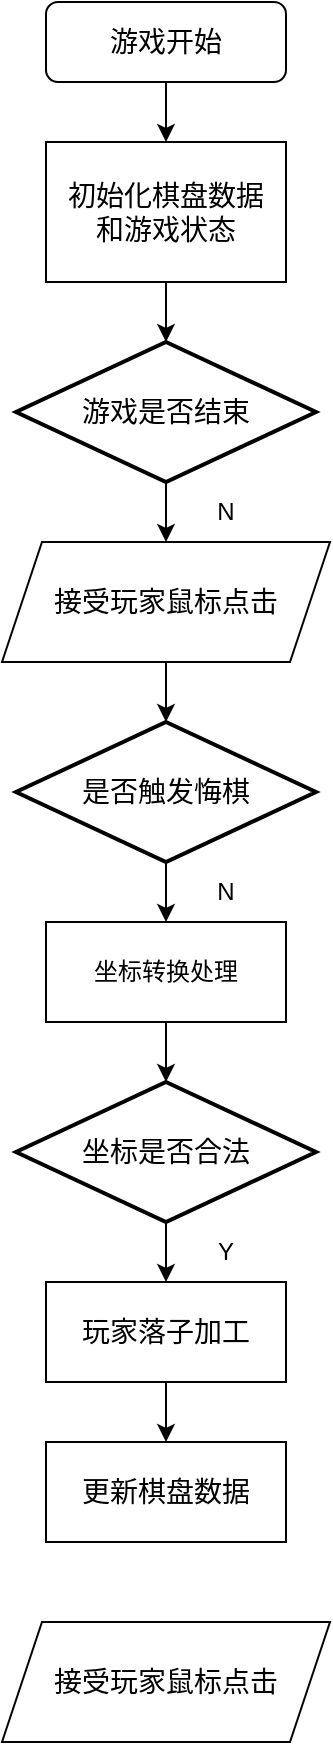
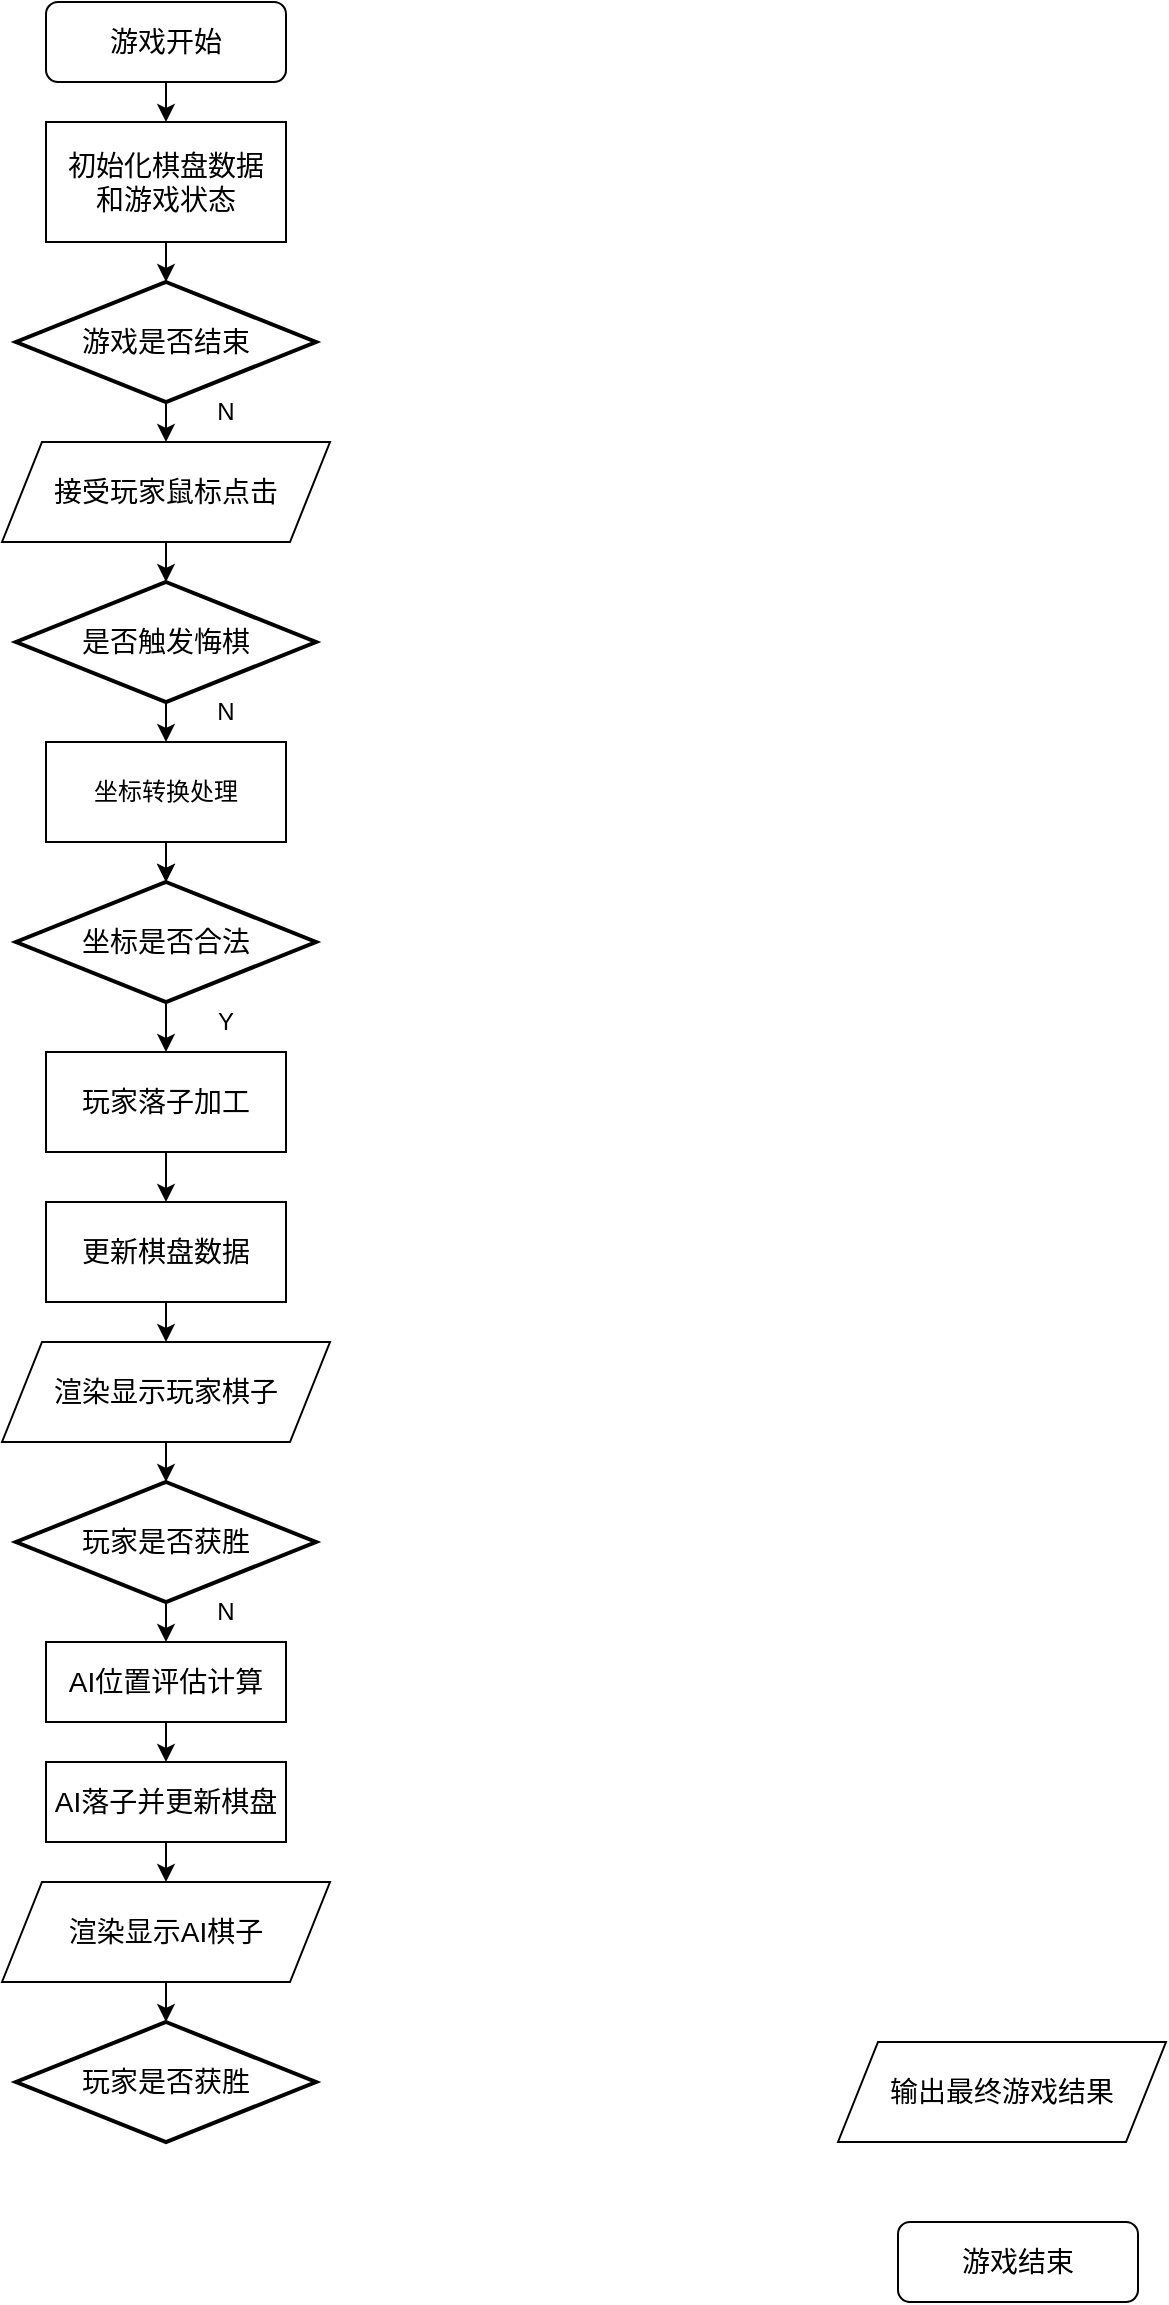
<mxfile host="app.diagrams.net">
  <diagram name="Page-1" id="Ut53iUmTTLsHKbGdxMO9">
    <mxGraphModel dx="2054" dy="1198" grid="1" gridSize="10" guides="1" tooltips="1" connect="1" arrows="1" fold="1" page="1" pageScale="1" pageWidth="827" pageHeight="1169" math="0" shadow="0">
      <root>
        <mxCell id="0" />
        <mxCell id="1" parent="0" />
        <mxCell id="LBzLqDpE-ghOYlSVNWWL-11" edge="1" parent="1" source="LBzLqDpE-ghOYlSVNWWL-4" style="edgeStyle=orthogonalEdgeStyle;rounded=0;orthogonalLoop=1;jettySize=auto;html=1;exitX=0.5;exitY=1;exitDx=0;exitDy=0;exitPerimeter=0;entryX=0.5;entryY=0;entryDx=0;entryDy=0;" target="LBzLqDpE-ghOYlSVNWWL-9">
          <mxGeometry relative="1" as="geometry" />
        </mxCell>
        <mxCell id="LBzLqDpE-ghOYlSVNWWL-4" parent="1" style="strokeWidth=2;html=1;shape=mxgraph.flowchart.decision;whiteSpace=wrap;" value="&lt;font style=&quot;font-size: 14px;&quot;&gt;游戏是否结束&lt;/font&gt;" vertex="1">
-           <mxGeometry height="70" width="150" x="219" y="180" as="geometry" />
+           <mxGeometry height="60" width="150" x="219" y="150" as="geometry" />
        </mxCell>
        <mxCell id="LBzLqDpE-ghOYlSVNWWL-5" edge="1" parent="1" source="LBzLqDpE-ghOYlSVNWWL-6" style="edgeStyle=orthogonalEdgeStyle;rounded=0;orthogonalLoop=1;jettySize=auto;html=1;exitX=0.5;exitY=1;exitDx=0;exitDy=0;entryX=0.5;entryY=0;entryDx=0;entryDy=0;entryPerimeter=0;" target="LBzLqDpE-ghOYlSVNWWL-4">
          <mxGeometry relative="1" as="geometry">
            <mxPoint x="414" y="200" as="sourcePoint" />
          </mxGeometry>
        </mxCell>
        <mxCell id="LBzLqDpE-ghOYlSVNWWL-6" parent="1" style="rounded=0;whiteSpace=wrap;html=1;" value="&lt;font style=&quot;font-size: 14px;&quot;&gt;初始化棋盘数据&lt;/font&gt;&lt;div&gt;&lt;span style=&quot;font-size: 14px; background-color: transparent; color: light-dark(rgb(0, 0, 0), rgb(255, 255, 255));&quot;&gt;和游戏状态&lt;/span&gt;&lt;/div&gt;" vertex="1">
-           <mxGeometry height="70" width="120" x="234" y="80" as="geometry" />
+           <mxGeometry height="60" width="120" x="234" y="70" as="geometry" />
        </mxCell>
        <mxCell id="LBzLqDpE-ghOYlSVNWWL-8" edge="1" parent="1" source="LBzLqDpE-ghOYlSVNWWL-7" style="edgeStyle=orthogonalEdgeStyle;rounded=0;orthogonalLoop=1;jettySize=auto;html=1;exitX=0.5;exitY=1;exitDx=0;exitDy=0;entryX=0.5;entryY=0;entryDx=0;entryDy=0;" target="LBzLqDpE-ghOYlSVNWWL-6">
          <mxGeometry relative="1" as="geometry" />
        </mxCell>
        <mxCell id="LBzLqDpE-ghOYlSVNWWL-7" parent="1" style="rounded=1;whiteSpace=wrap;html=1;" value="&lt;font style=&quot;font-size: 14px;&quot;&gt;游戏开始&lt;/font&gt;" vertex="1">
          <mxGeometry height="40" width="120" x="234" y="10" as="geometry" />
        </mxCell>
        <mxCell id="LBzLqDpE-ghOYlSVNWWL-9" parent="1" style="shape=parallelogram;perimeter=parallelogramPerimeter;whiteSpace=wrap;html=1;fixedSize=1;" value="&lt;font style=&quot;font-size: 14px;&quot;&gt;接受玩家鼠标点击&lt;/font&gt;" vertex="1">
-           <mxGeometry height="60" width="164" x="212" y="280" as="geometry" />
+           <mxGeometry height="50" width="164" x="212" y="230" as="geometry" />
        </mxCell>
        <mxCell id="LBzLqDpE-ghOYlSVNWWL-12" parent="1" style="text;html=1;whiteSpace=wrap;strokeColor=none;fillColor=none;align=center;verticalAlign=middle;rounded=0;" value="N" vertex="1">
-           <mxGeometry height="30" width="60" x="294" y="250" as="geometry" />
+           <mxGeometry height="30" width="60" x="294" y="200" as="geometry" />
        </mxCell>
        <mxCell id="LBzLqDpE-ghOYlSVNWWL-16" edge="1" parent="1" source="LBzLqDpE-ghOYlSVNWWL-13" style="edgeStyle=orthogonalEdgeStyle;rounded=0;orthogonalLoop=1;jettySize=auto;html=1;exitX=0.5;exitY=1;exitDx=0;exitDy=0;exitPerimeter=0;entryX=0.5;entryY=0;entryDx=0;entryDy=0;" target="LBzLqDpE-ghOYlSVNWWL-15">
          <mxGeometry relative="1" as="geometry" />
        </mxCell>
        <mxCell id="LBzLqDpE-ghOYlSVNWWL-13" parent="1" style="strokeWidth=2;html=1;shape=mxgraph.flowchart.decision;whiteSpace=wrap;" value="&lt;font style=&quot;font-size: 14px;&quot;&gt;是否触发悔棋&lt;/font&gt;" vertex="1">
-           <mxGeometry height="70" width="150" x="219" y="370" as="geometry" />
+           <mxGeometry height="60" width="150" x="219" y="300" as="geometry" />
        </mxCell>
        <mxCell id="LBzLqDpE-ghOYlSVNWWL-14" edge="1" parent="1" source="LBzLqDpE-ghOYlSVNWWL-9" style="edgeStyle=orthogonalEdgeStyle;rounded=0;orthogonalLoop=1;jettySize=auto;html=1;exitX=0.5;exitY=1;exitDx=0;exitDy=0;entryX=0.5;entryY=0;entryDx=0;entryDy=0;entryPerimeter=0;" target="LBzLqDpE-ghOYlSVNWWL-13">
          <mxGeometry relative="1" as="geometry" />
        </mxCell>
+         <mxCell id="LBzLqDpE-ghOYlSVNWWL-28" edge="1" parent="1" source="LBzLqDpE-ghOYlSVNWWL-15" style="edgeStyle=orthogonalEdgeStyle;rounded=0;orthogonalLoop=1;jettySize=auto;html=1;entryX=0.5;entryY=0;entryDx=0;entryDy=0;entryPerimeter=0;" target="LBzLqDpE-ghOYlSVNWWL-18" value="">
+           <mxGeometry relative="1" as="geometry" />
+         </mxCell>
        <mxCell id="LBzLqDpE-ghOYlSVNWWL-15" parent="1" style="rounded=0;whiteSpace=wrap;html=1;" value="坐标转换处理" vertex="1">
-           <mxGeometry height="50" width="120" x="234" y="470" as="geometry" />
+           <mxGeometry height="50" width="120" x="234" y="380" as="geometry" />
        </mxCell>
        <mxCell id="LBzLqDpE-ghOYlSVNWWL-17" parent="1" style="text;html=1;whiteSpace=wrap;strokeColor=none;fillColor=none;align=center;verticalAlign=middle;rounded=0;" value="N" vertex="1">
-           <mxGeometry height="30" width="60" x="294" y="440" as="geometry" />
+           <mxGeometry height="30" width="60" x="294" y="350" as="geometry" />
        </mxCell>
        <mxCell id="LBzLqDpE-ghOYlSVNWWL-22" edge="1" parent="1" source="LBzLqDpE-ghOYlSVNWWL-18" style="edgeStyle=orthogonalEdgeStyle;rounded=0;orthogonalLoop=1;jettySize=auto;html=1;exitX=0.5;exitY=1;exitDx=0;exitDy=0;exitPerimeter=0;entryX=0.5;entryY=0;entryDx=0;entryDy=0;" target="LBzLqDpE-ghOYlSVNWWL-21">
          <mxGeometry relative="1" as="geometry" />
        </mxCell>
        <mxCell id="LBzLqDpE-ghOYlSVNWWL-18" parent="1" style="strokeWidth=2;html=1;shape=mxgraph.flowchart.decision;whiteSpace=wrap;" value="&lt;font style=&quot;font-size: 14px;&quot;&gt;坐标是否合法&lt;/font&gt;" vertex="1">
-           <mxGeometry height="70" width="150" x="219" y="550" as="geometry" />
+           <mxGeometry height="60" width="150" x="219" y="450" as="geometry" />
        </mxCell>
        <mxCell id="LBzLqDpE-ghOYlSVNWWL-20" edge="1" parent="1" source="LBzLqDpE-ghOYlSVNWWL-15" style="edgeStyle=orthogonalEdgeStyle;rounded=0;orthogonalLoop=1;jettySize=auto;html=1;exitX=0.5;exitY=1;exitDx=0;exitDy=0;entryX=0.5;entryY=0;entryDx=0;entryDy=0;entryPerimeter=0;" target="LBzLqDpE-ghOYlSVNWWL-18">
          <mxGeometry relative="1" as="geometry" />
        </mxCell>
        <mxCell id="LBzLqDpE-ghOYlSVNWWL-25" edge="1" parent="1" source="LBzLqDpE-ghOYlSVNWWL-21" style="edgeStyle=orthogonalEdgeStyle;rounded=0;orthogonalLoop=1;jettySize=auto;html=1;exitX=0.5;exitY=1;exitDx=0;exitDy=0;entryX=0.5;entryY=0;entryDx=0;entryDy=0;" target="LBzLqDpE-ghOYlSVNWWL-24">
          <mxGeometry relative="1" as="geometry" />
        </mxCell>
        <mxCell id="LBzLqDpE-ghOYlSVNWWL-21" parent="1" style="rounded=0;whiteSpace=wrap;html=1;" value="&lt;font style=&quot;font-size: 14px;&quot;&gt;玩家落子加工&lt;/font&gt;" vertex="1">
-           <mxGeometry height="50" width="120" x="234" y="650" as="geometry" />
+           <mxGeometry height="50" width="120" x="234" y="535" as="geometry" />
        </mxCell>
        <mxCell id="LBzLqDpE-ghOYlSVNWWL-23" parent="1" style="text;html=1;whiteSpace=wrap;strokeColor=none;fillColor=none;align=center;verticalAlign=middle;rounded=0;" value="Y" vertex="1">
-           <mxGeometry height="30" width="60" x="294" y="620" as="geometry" />
+           <mxGeometry height="30" width="60" x="294" y="505" as="geometry" />
+         </mxCell>
+         <mxCell id="LBzLqDpE-ghOYlSVNWWL-27" edge="1" parent="1" source="LBzLqDpE-ghOYlSVNWWL-24" style="edgeStyle=orthogonalEdgeStyle;rounded=0;orthogonalLoop=1;jettySize=auto;html=1;exitX=0.5;exitY=1;exitDx=0;exitDy=0;entryX=0.5;entryY=0;entryDx=0;entryDy=0;" target="LBzLqDpE-ghOYlSVNWWL-26">
+           <mxGeometry relative="1" as="geometry" />
        </mxCell>
        <mxCell id="LBzLqDpE-ghOYlSVNWWL-24" parent="1" style="rounded=0;whiteSpace=wrap;html=1;" value="&lt;font style=&quot;font-size: 14px;&quot;&gt;更新棋盘数据&lt;/font&gt;" vertex="1">
-           <mxGeometry height="50" width="120" x="234" y="730" as="geometry" />
+           <mxGeometry height="50" width="120" x="234" y="610" as="geometry" />
        </mxCell>
-         <mxCell id="LBzLqDpE-ghOYlSVNWWL-26" parent="1" style="shape=parallelogram;perimeter=parallelogramPerimeter;whiteSpace=wrap;html=1;fixedSize=1;" value="&lt;font style=&quot;font-size: 14px;&quot;&gt;接受玩家鼠标点击&lt;/font&gt;" vertex="1">
-           <mxGeometry height="60" width="164" x="212" y="820" as="geometry" />
+         <mxCell id="LBzLqDpE-ghOYlSVNWWL-26" parent="1" style="shape=parallelogram;perimeter=parallelogramPerimeter;whiteSpace=wrap;html=1;fixedSize=1;" value="&lt;font style=&quot;font-size: 14px;&quot;&gt;渲染显示玩家棋子&lt;/font&gt;" vertex="1">
+           <mxGeometry height="50" width="164" x="212" y="680" as="geometry" />
+         </mxCell>
+         <mxCell id="LBzLqDpE-ghOYlSVNWWL-33" edge="1" parent="1" source="LBzLqDpE-ghOYlSVNWWL-30" style="edgeStyle=orthogonalEdgeStyle;rounded=0;orthogonalLoop=1;jettySize=auto;html=1;exitX=0.5;exitY=1;exitDx=0;exitDy=0;exitPerimeter=0;entryX=0.5;entryY=0;entryDx=0;entryDy=0;" target="LBzLqDpE-ghOYlSVNWWL-32">
+           <mxGeometry relative="1" as="geometry" />
+         </mxCell>
+         <mxCell id="LBzLqDpE-ghOYlSVNWWL-30" parent="1" style="strokeWidth=2;html=1;shape=mxgraph.flowchart.decision;whiteSpace=wrap;" value="&lt;font style=&quot;font-size: 14px;&quot;&gt;玩家是否获胜&lt;/font&gt;" vertex="1">
+           <mxGeometry height="60" width="150" x="219" y="750" as="geometry" />
+         </mxCell>
+         <mxCell id="LBzLqDpE-ghOYlSVNWWL-31" edge="1" parent="1" source="LBzLqDpE-ghOYlSVNWWL-26" style="edgeStyle=orthogonalEdgeStyle;rounded=0;orthogonalLoop=1;jettySize=auto;html=1;exitX=0.5;exitY=1;exitDx=0;exitDy=0;entryX=0.5;entryY=0;entryDx=0;entryDy=0;entryPerimeter=0;" target="LBzLqDpE-ghOYlSVNWWL-30">
+           <mxGeometry relative="1" as="geometry" />
+         </mxCell>
+         <mxCell id="LBzLqDpE-ghOYlSVNWWL-37" edge="1" parent="1" source="LBzLqDpE-ghOYlSVNWWL-32" style="edgeStyle=orthogonalEdgeStyle;rounded=0;orthogonalLoop=1;jettySize=auto;html=1;exitX=0.5;exitY=1;exitDx=0;exitDy=0;entryX=0.5;entryY=0;entryDx=0;entryDy=0;" target="LBzLqDpE-ghOYlSVNWWL-35">
+           <mxGeometry relative="1" as="geometry" />
+         </mxCell>
+         <mxCell id="LBzLqDpE-ghOYlSVNWWL-32" parent="1" style="rounded=0;whiteSpace=wrap;html=1;" value="&lt;font style=&quot;font-size: 14px;&quot;&gt;AI位置评估计算&lt;/font&gt;" vertex="1">
+           <mxGeometry height="40" width="120" x="234" y="830" as="geometry" />
+         </mxCell>
+         <mxCell id="LBzLqDpE-ghOYlSVNWWL-34" parent="1" style="text;html=1;whiteSpace=wrap;strokeColor=none;fillColor=none;align=center;verticalAlign=middle;rounded=0;" value="N" vertex="1">
+           <mxGeometry height="30" width="60" x="294" y="800" as="geometry" />
+         </mxCell>
+         <mxCell id="LBzLqDpE-ghOYlSVNWWL-39" edge="1" parent="1" source="LBzLqDpE-ghOYlSVNWWL-35" style="edgeStyle=orthogonalEdgeStyle;rounded=0;orthogonalLoop=1;jettySize=auto;html=1;exitX=0.5;exitY=1;exitDx=0;exitDy=0;entryX=0.5;entryY=0;entryDx=0;entryDy=0;" target="LBzLqDpE-ghOYlSVNWWL-38">
+           <mxGeometry relative="1" as="geometry" />
+         </mxCell>
+         <mxCell id="LBzLqDpE-ghOYlSVNWWL-35" parent="1" style="rounded=0;whiteSpace=wrap;html=1;" value="&lt;font style=&quot;font-size: 14px;&quot;&gt;AI落子并更新棋盘&lt;/font&gt;" vertex="1">
+           <mxGeometry height="40" width="120" x="234" y="890" as="geometry" />
+         </mxCell>
+         <mxCell id="LBzLqDpE-ghOYlSVNWWL-38" parent="1" style="shape=parallelogram;perimeter=parallelogramPerimeter;whiteSpace=wrap;html=1;fixedSize=1;" value="&lt;font style=&quot;font-size: 14px;&quot;&gt;渲染显示AI棋子&lt;/font&gt;" vertex="1">
+           <mxGeometry height="50" width="164" x="212" y="950" as="geometry" />
+         </mxCell>
+         <mxCell id="LBzLqDpE-ghOYlSVNWWL-40" parent="1" style="strokeWidth=2;html=1;shape=mxgraph.flowchart.decision;whiteSpace=wrap;" value="&lt;font style=&quot;font-size: 14px;&quot;&gt;玩家是否获胜&lt;/font&gt;" vertex="1">
+           <mxGeometry height="60" width="150" x="219" y="1020" as="geometry" />
+         </mxCell>
+         <mxCell id="LBzLqDpE-ghOYlSVNWWL-41" edge="1" parent="1" source="LBzLqDpE-ghOYlSVNWWL-38" style="edgeStyle=orthogonalEdgeStyle;rounded=0;orthogonalLoop=1;jettySize=auto;html=1;exitX=0.5;exitY=1;exitDx=0;exitDy=0;entryX=0.5;entryY=0;entryDx=0;entryDy=0;entryPerimeter=0;" target="LBzLqDpE-ghOYlSVNWWL-40">
+           <mxGeometry relative="1" as="geometry" />
+         </mxCell>
+         <mxCell id="LBzLqDpE-ghOYlSVNWWL-42" parent="1" style="shape=parallelogram;perimeter=parallelogramPerimeter;whiteSpace=wrap;html=1;fixedSize=1;" value="&lt;font style=&quot;font-size: 14px;&quot;&gt;输出最终游戏结果&lt;/font&gt;" vertex="1">
+           <mxGeometry height="50" width="164" x="630" y="1030" as="geometry" />
+         </mxCell>
+         <mxCell id="LBzLqDpE-ghOYlSVNWWL-43" parent="1" style="rounded=1;whiteSpace=wrap;html=1;" value="&lt;font style=&quot;font-size: 14px;&quot;&gt;游戏结束&lt;/font&gt;" vertex="1">
+           <mxGeometry height="40" width="120" x="660" y="1120" as="geometry" />
        </mxCell>
      </root>
    </mxGraphModel>
  </diagram>
</mxfile>
